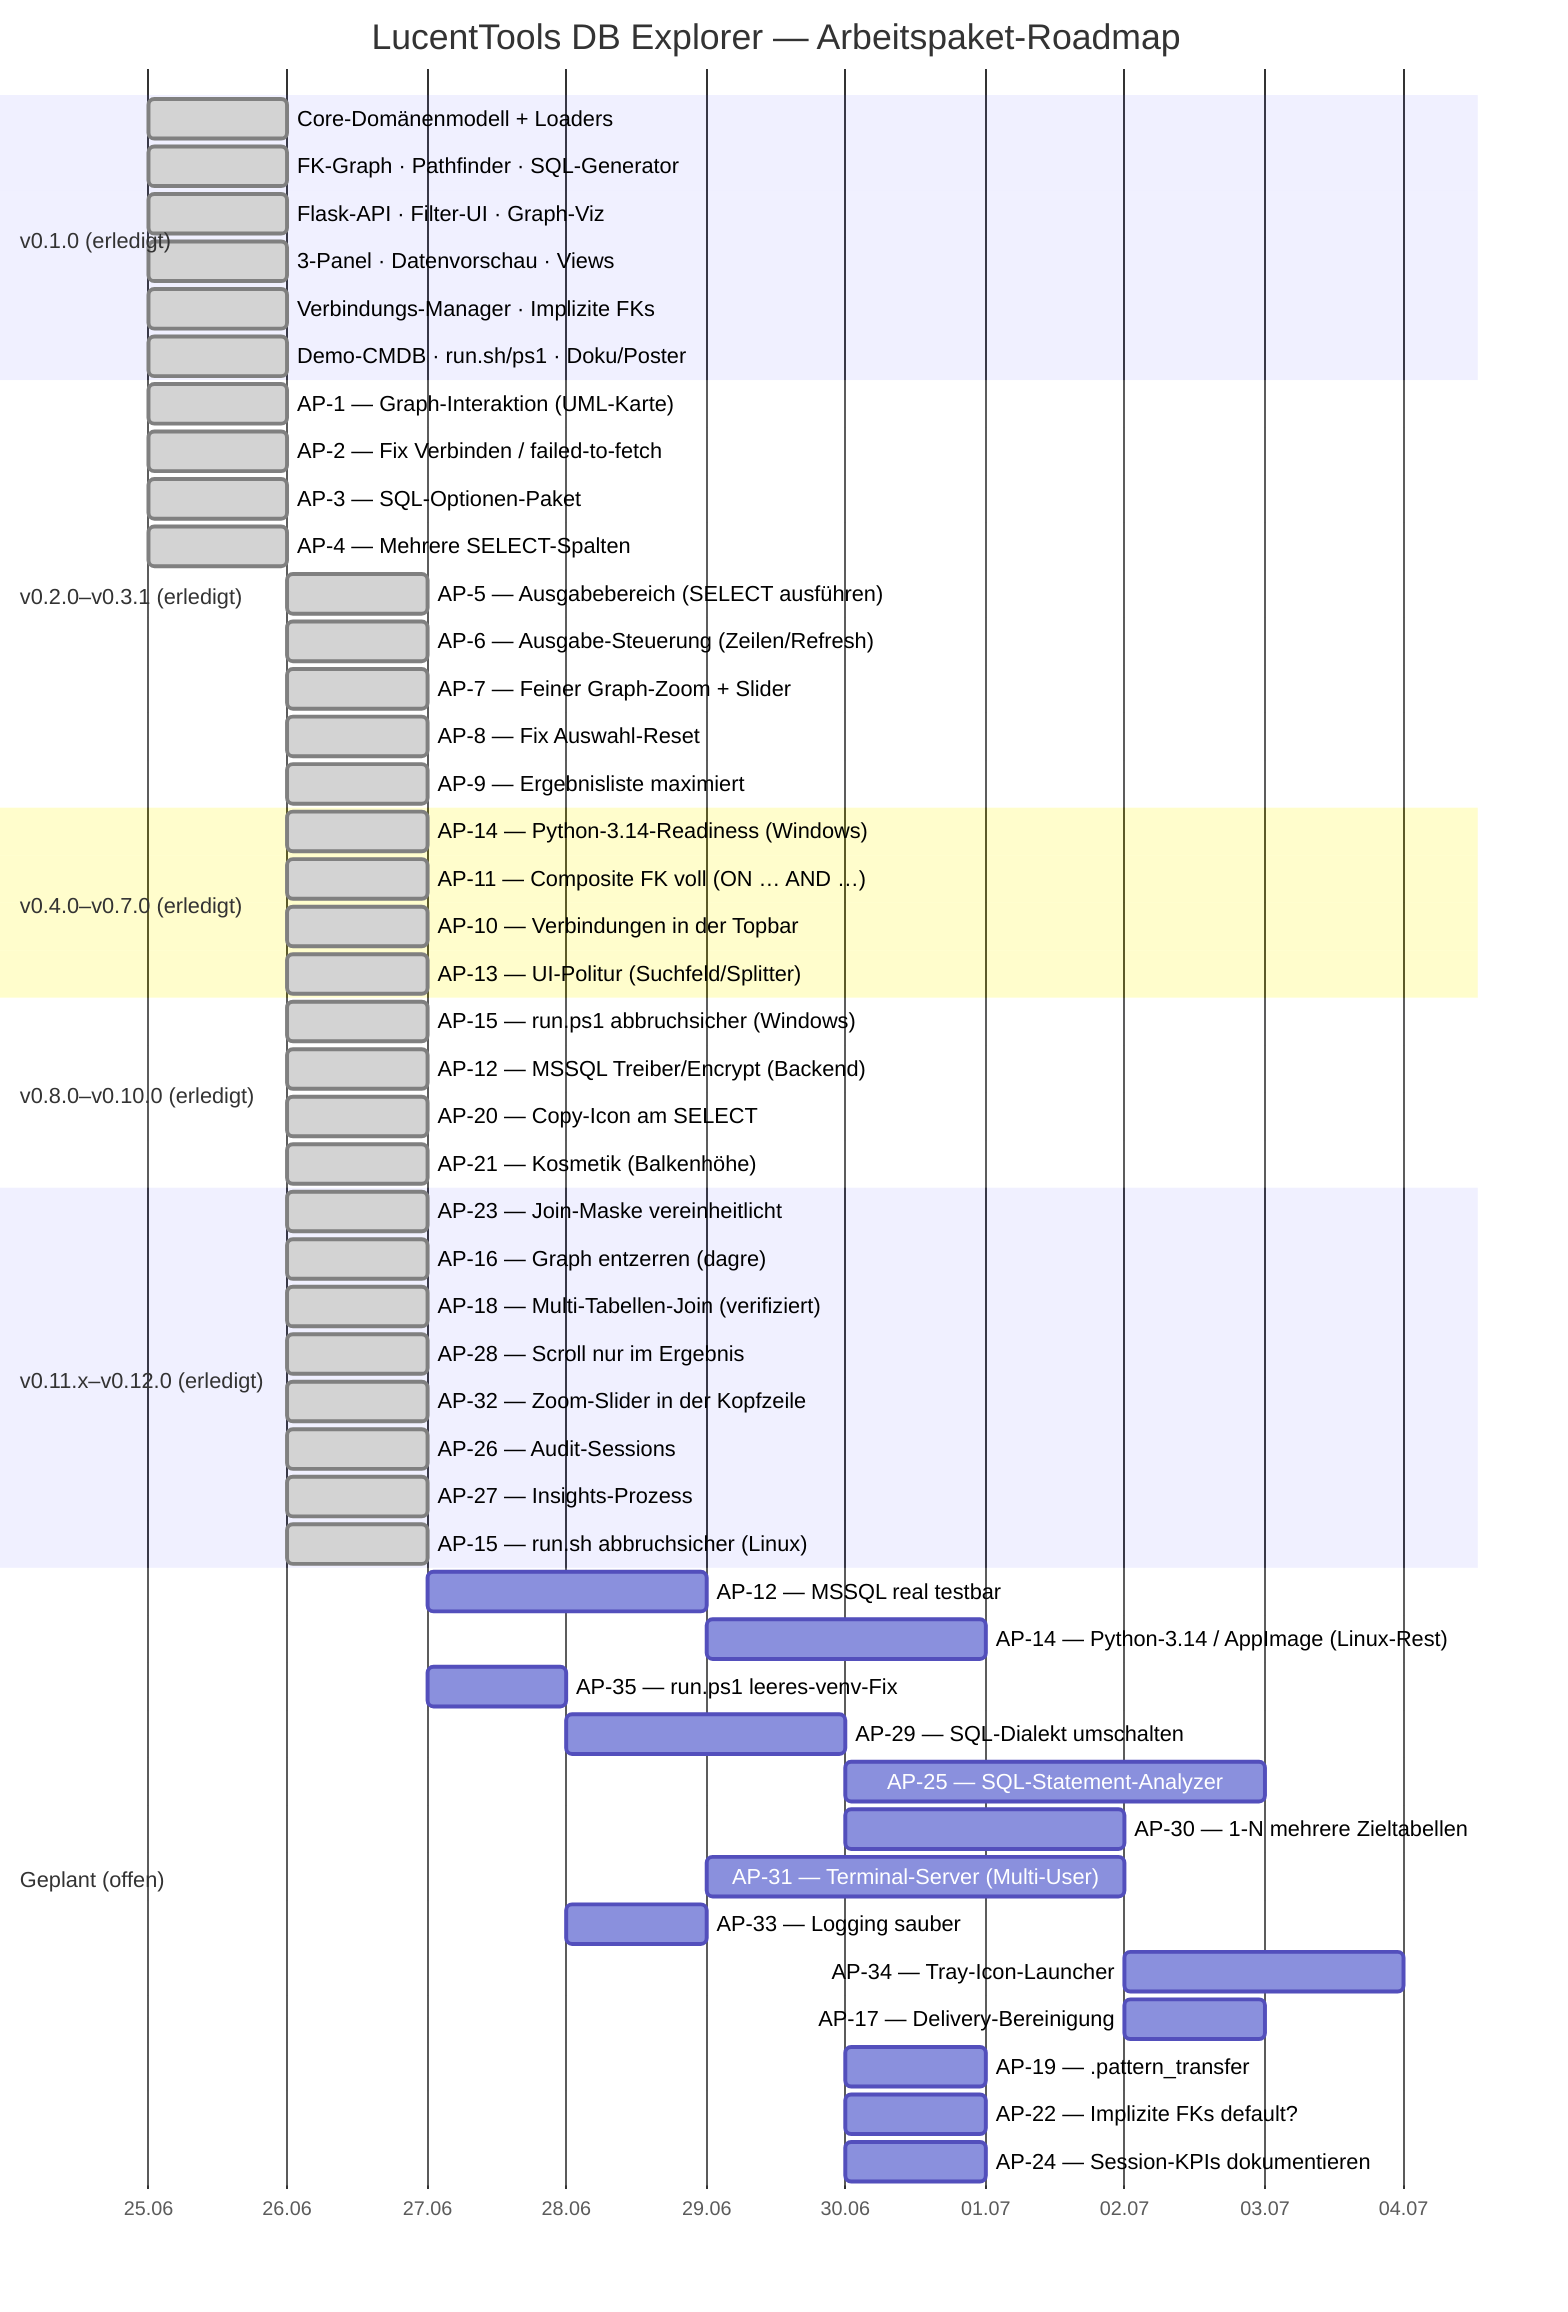
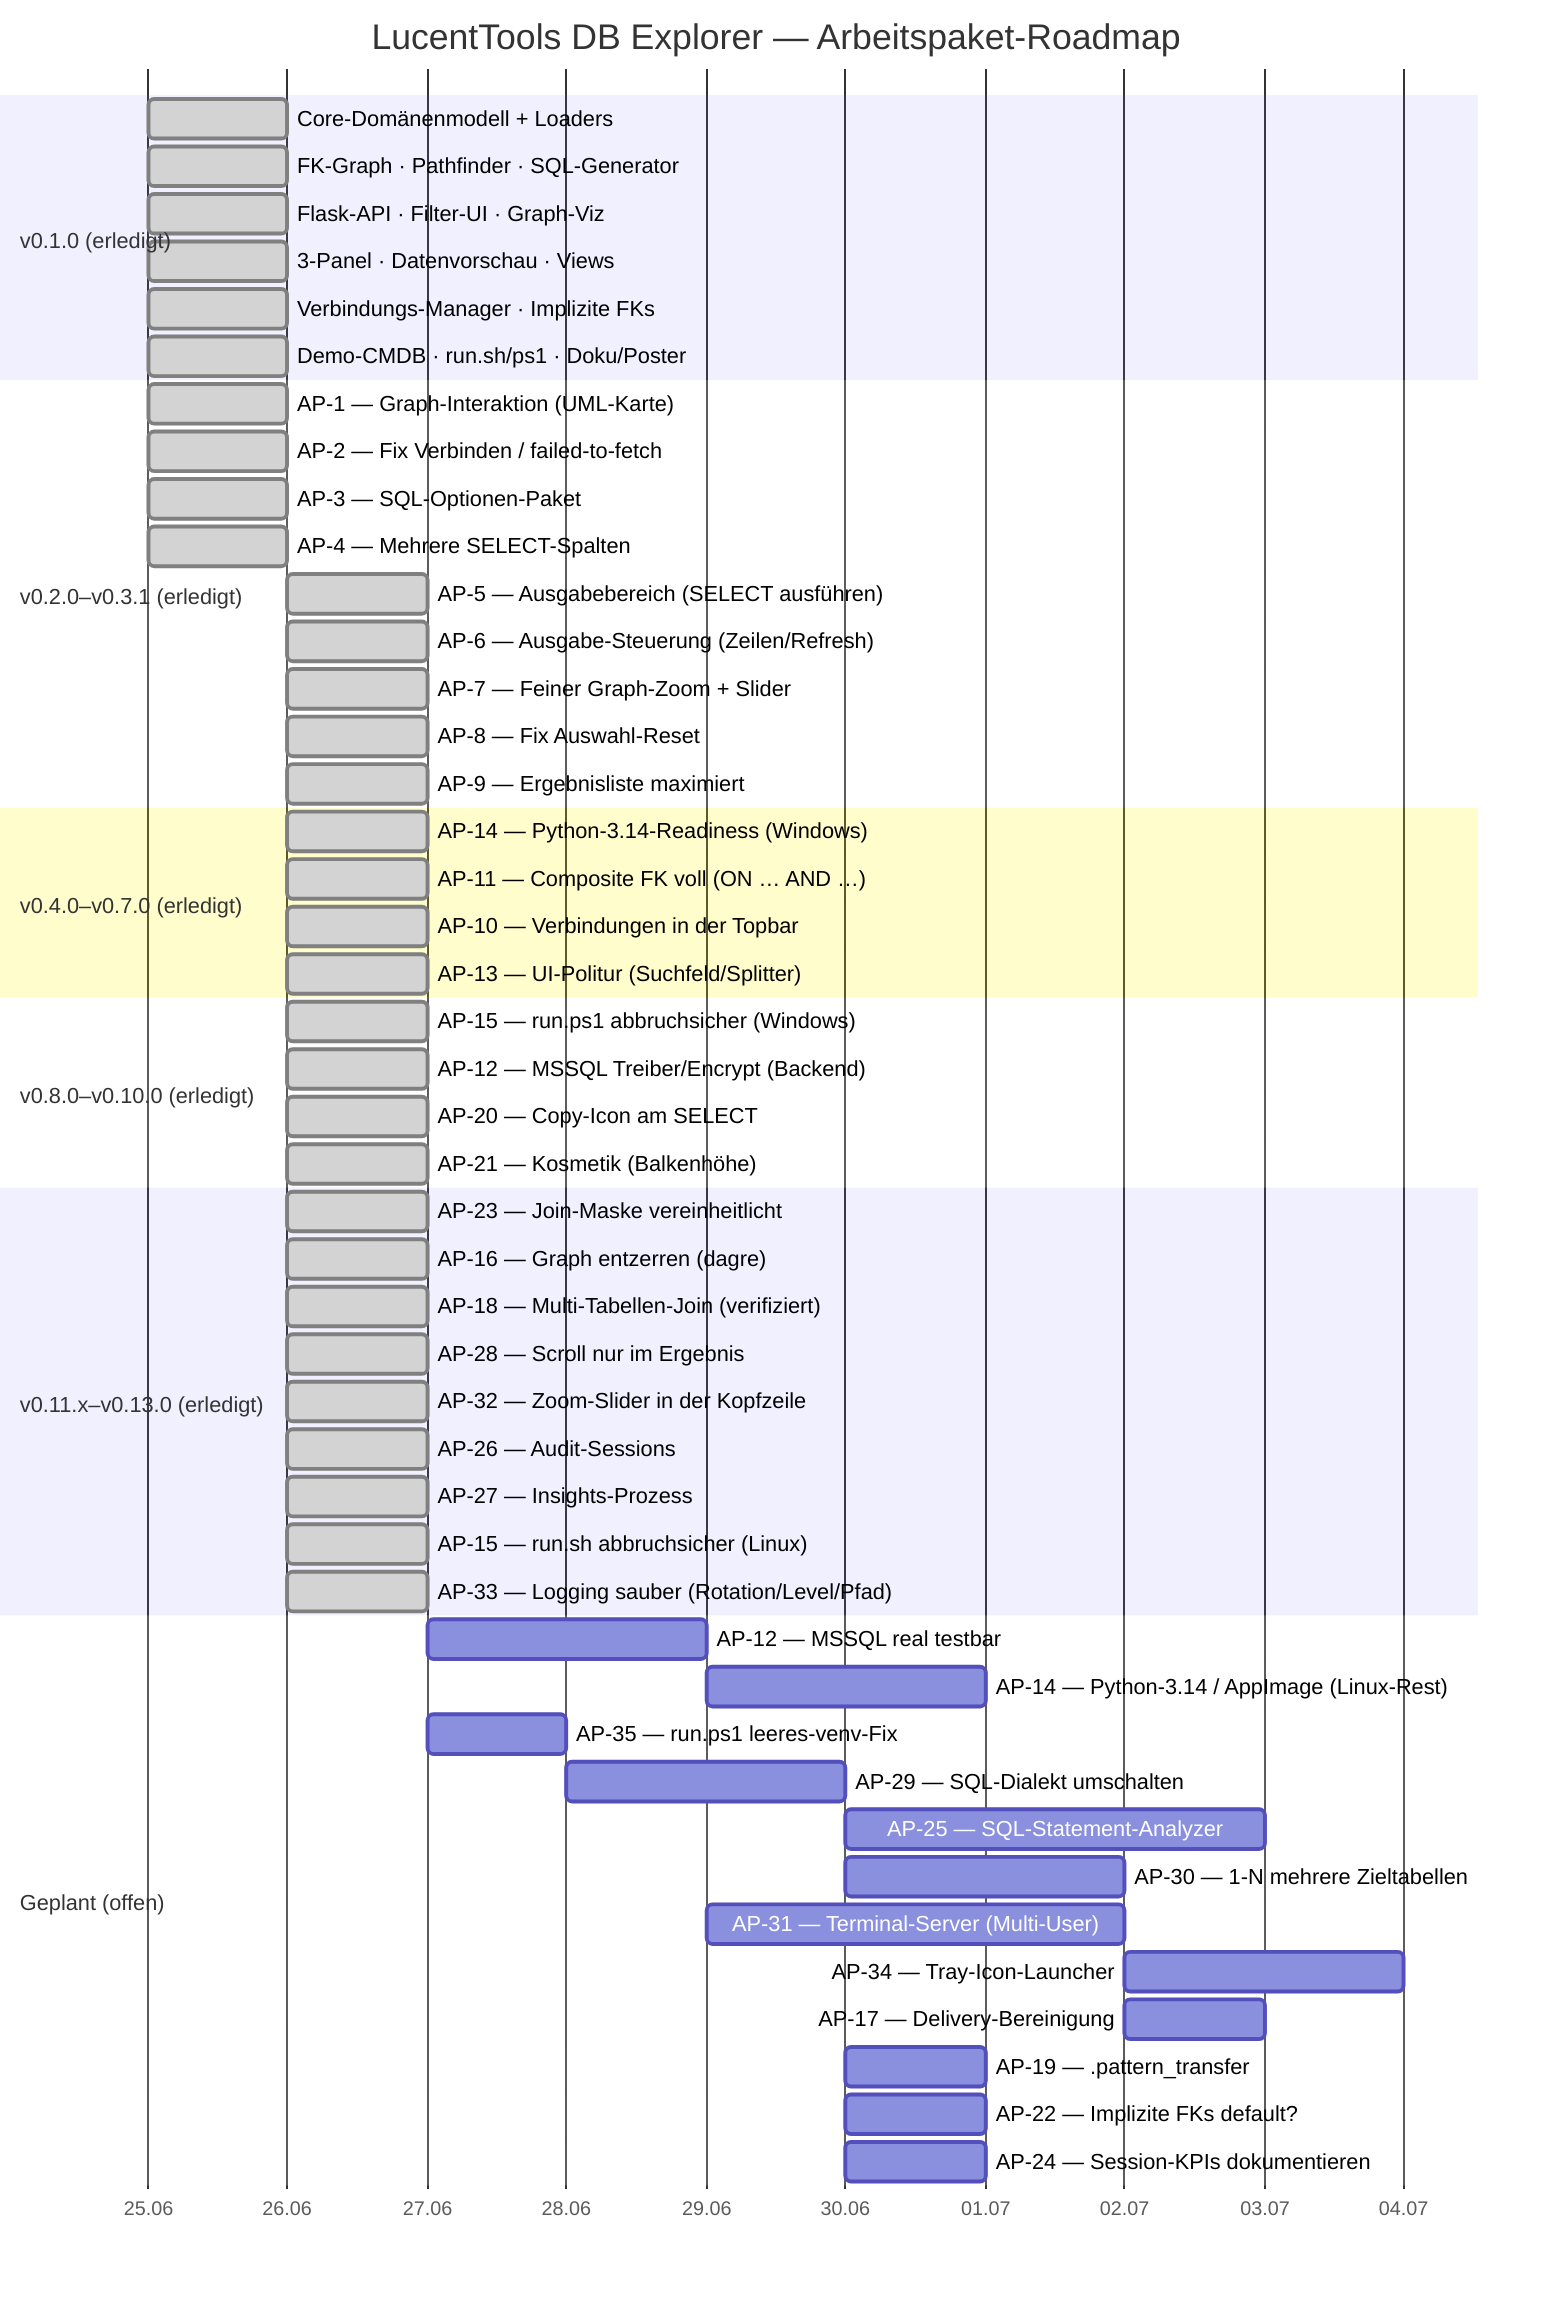
gantt
    title LucentTools DB Explorer — Arbeitspaket-Roadmap
    dateFormat  YYYY-MM-DD
    axisFormat  %d.%m

    section v0.1.0 (erledigt)
    Core-Domänenmodell + Loaders          :done, d1, 2026-06-25, 1d
    FK-Graph · Pathfinder · SQL-Generator :done, d2, 2026-06-25, 1d
    Flask-API · Filter-UI · Graph-Viz     :done, d3, 2026-06-25, 1d
    3-Panel · Datenvorschau · Views       :done, d4, 2026-06-25, 1d
    Verbindungs-Manager · Implizite FKs   :done, d5, 2026-06-25, 1d
    Demo-CMDB · run.sh/ps1 · Doku/Poster  :done, d6, 2026-06-25, 1d

    section v0.2.0–v0.3.1 (erledigt)
    AP-1 — Graph-Interaktion (UML-Karte)        :done, a1, 2026-06-25, 1d
    AP-2 — Fix Verbinden / failed-to-fetch      :done, a2, 2026-06-25, 1d
    AP-3 — SQL-Optionen-Paket                   :done, a3, 2026-06-25, 1d
    AP-4 — Mehrere SELECT-Spalten               :done, a4, 2026-06-25, 1d
    AP-5 — Ausgabebereich (SELECT ausführen)    :done, a5, 2026-06-26, 1d
    AP-6 — Ausgabe-Steuerung (Zeilen/Refresh)   :done, a6, 2026-06-26, 1d
    AP-7 — Feiner Graph-Zoom + Slider           :done, a7, 2026-06-26, 1d
    AP-8 — Fix Auswahl-Reset                    :done, a8, 2026-06-26, 1d
    AP-9 — Ergebnisliste maximiert              :done, a9, 2026-06-26, 1d

    section v0.4.0–v0.7.0 (erledigt)
    AP-14 — Python-3.14-Readiness (Windows)     :done, b1, 2026-06-26, 1d
    AP-11 — Composite FK voll (ON … AND …)      :done, b2, 2026-06-26, 1d
    AP-10 — Verbindungen in der Topbar          :done, b3, 2026-06-26, 1d
    AP-13 — UI-Politur (Suchfeld/Splitter)      :done, b4, 2026-06-26, 1d

    section v0.8.0–v0.10.0 (erledigt)
    AP-15 — run.ps1 abbruchsicher (Windows)     :done, c1, 2026-06-26, 1d
    AP-12 — MSSQL Treiber/Encrypt (Backend)     :done, c2, 2026-06-26, 1d
    AP-20 — Copy-Icon am SELECT                 :done, c3, 2026-06-26, 1d
    AP-21 — Kosmetik (Balkenhöhe)               :done, c4, 2026-06-26, 1d

-     section v0.11.x–v0.12.0 (erledigt)
+     section v0.11.x–v0.13.0 (erledigt)
    AP-23 — Join-Maske vereinheitlicht          :done, e1, 2026-06-26, 1d
    AP-16 — Graph entzerren (dagre)             :done, e2, 2026-06-26, 1d
    AP-18 — Multi-Tabellen-Join (verifiziert)   :done, e3, 2026-06-26, 1d
    AP-28 — Scroll nur im Ergebnis              :done, e4, 2026-06-26, 1d
    AP-32 — Zoom-Slider in der Kopfzeile        :done, e5, 2026-06-26, 1d
    AP-26 — Audit-Sessions                      :done, e6, 2026-06-26, 1d
    AP-27 — Insights-Prozess                    :done, e7, 2026-06-26, 1d
    AP-15 — run.sh abbruchsicher (Linux)        :done, e8, 2026-06-26, 1d
+     AP-33 — Logging sauber (Rotation/Level/Pfad) :done, e9, 2026-06-26, 1d

    section Geplant (offen)
    AP-12 — MSSQL real testbar                  :p1, 2026-06-27, 2d
    AP-14 — Python-3.14 / AppImage (Linux-Rest) :p2, after p1, 2d
    AP-35 — run.ps1 leeres-venv-Fix             :p3, 2026-06-27, 1d
    AP-29 — SQL-Dialekt umschalten              :p4, 2026-06-28, 2d
    AP-25 — SQL-Statement-Analyzer              :p5, after p4, 3d
    AP-30 — 1-N mehrere Zieltabellen            :p6, after p4, 2d
    AP-31 — Terminal-Server (Multi-User)        :p7, 2026-06-29, 3d
-     AP-33 — Logging sauber                      :p8, 2026-06-28, 1d
    AP-34 — Tray-Icon-Launcher                  :p9, after p7, 2d
    AP-17 — Delivery-Bereinigung                :p10, after p7, 1d
    AP-19 — .pattern_transfer                   :p11, 2026-06-30, 1d
    AP-22 — Implizite FKs default?              :p12, 2026-06-30, 1d
    AP-24 — Session-KPIs dokumentieren          :p13, 2026-06-30, 1d
